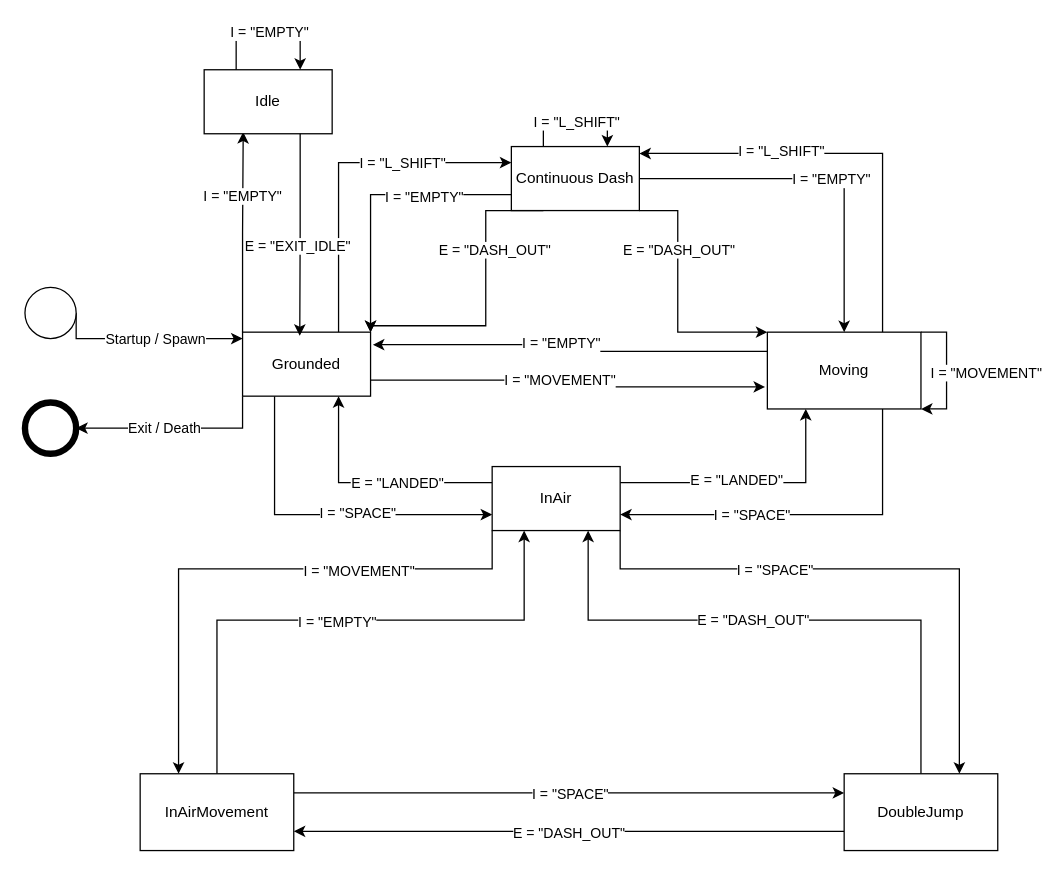
Earlier version of the draw.io diagram Diagrams/MovementSystem.drawio (HalaszMateSandor-T1TNWL/Thesis). Source tidied: cells renumbered, new cells numbered last; positions are measured from the earlier drawing's top-left corner, leaving out a move shared by most shapes. Both pictures are drawn from the tidied source at 128%, with x=0, y=0 at pixel (24, 31).
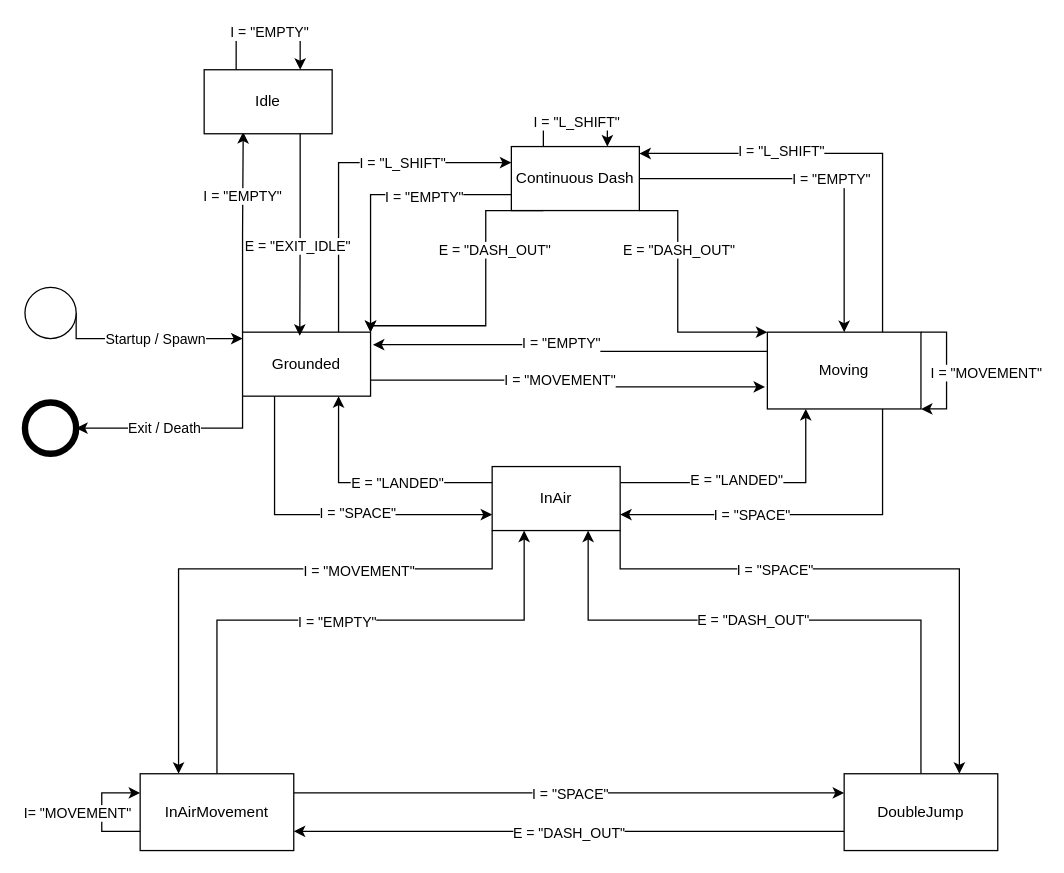
After the change.

The change refers to these unchanged cells:
```xml
<mxCell id="44" value="InAirMovement" style="whiteSpace=wrap;html=1;dashed=0;" parent="1" vertex="1">
  <mxGeometry x="90" y="580" width="120" height="60" as="geometry" />
</mxCell>
```

Change to the diagram source:
```diff
@@
+    <mxCell id="61" style="edgeStyle=orthogonalEdgeStyle;rounded=0;orthogonalLoop=1;jettySize=auto;html=1;exitX=0;exitY=0.75;exitDx=0;exitDy=0;entryX=0;entryY=0.25;entryDx=0;entryDy=0;" parent="1" edge="1" source="44" target="44">
+      <mxGeometry relative="1" as="geometry">
+        <Array as="points">
+          <mxPoint x="60" y="625" />
+          <mxPoint x="60" y="595" />
+        </Array>
+      </mxGeometry>
+    </mxCell>
+    <mxCell id="62" value="I= &quot;MOVEMENT&quot;" style="edgeLabel;html=1;align=center;verticalAlign=middle;" parent="61" vertex="1">
+      <mxGeometry x="-0.07" y="-2" relative="1" as="geometry">
+        <mxPoint x="-22" y="-3" as="offset" />
+      </mxGeometry>
+    </mxCell>
```
